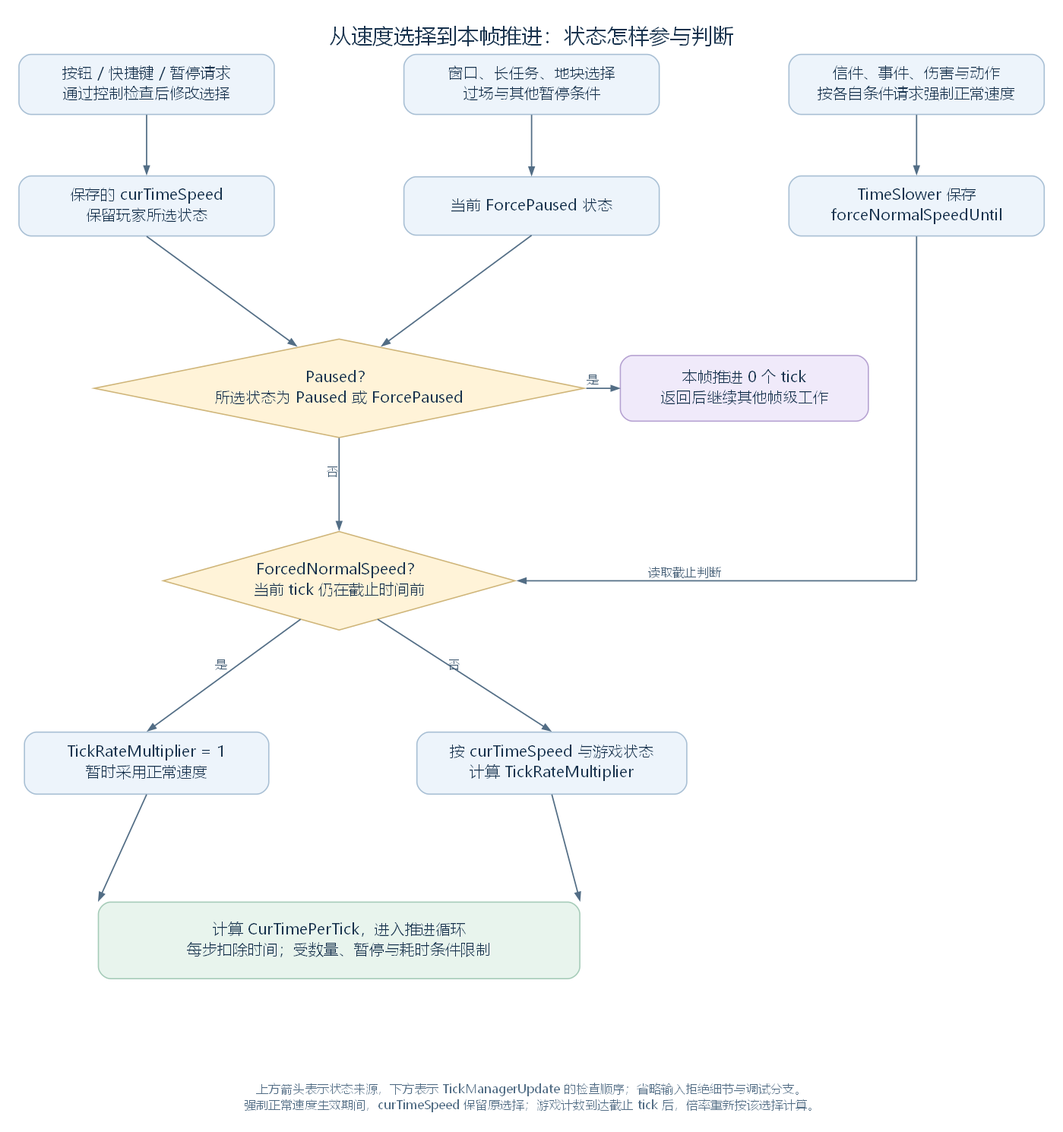
The Graphviz diagram docs/readable/figures/time-speed-control.png in Sil1cateS/rimworld-deconstruction, before a commit. Its source is kept beside it as docs/readable/figures/time-speed-control.dot.
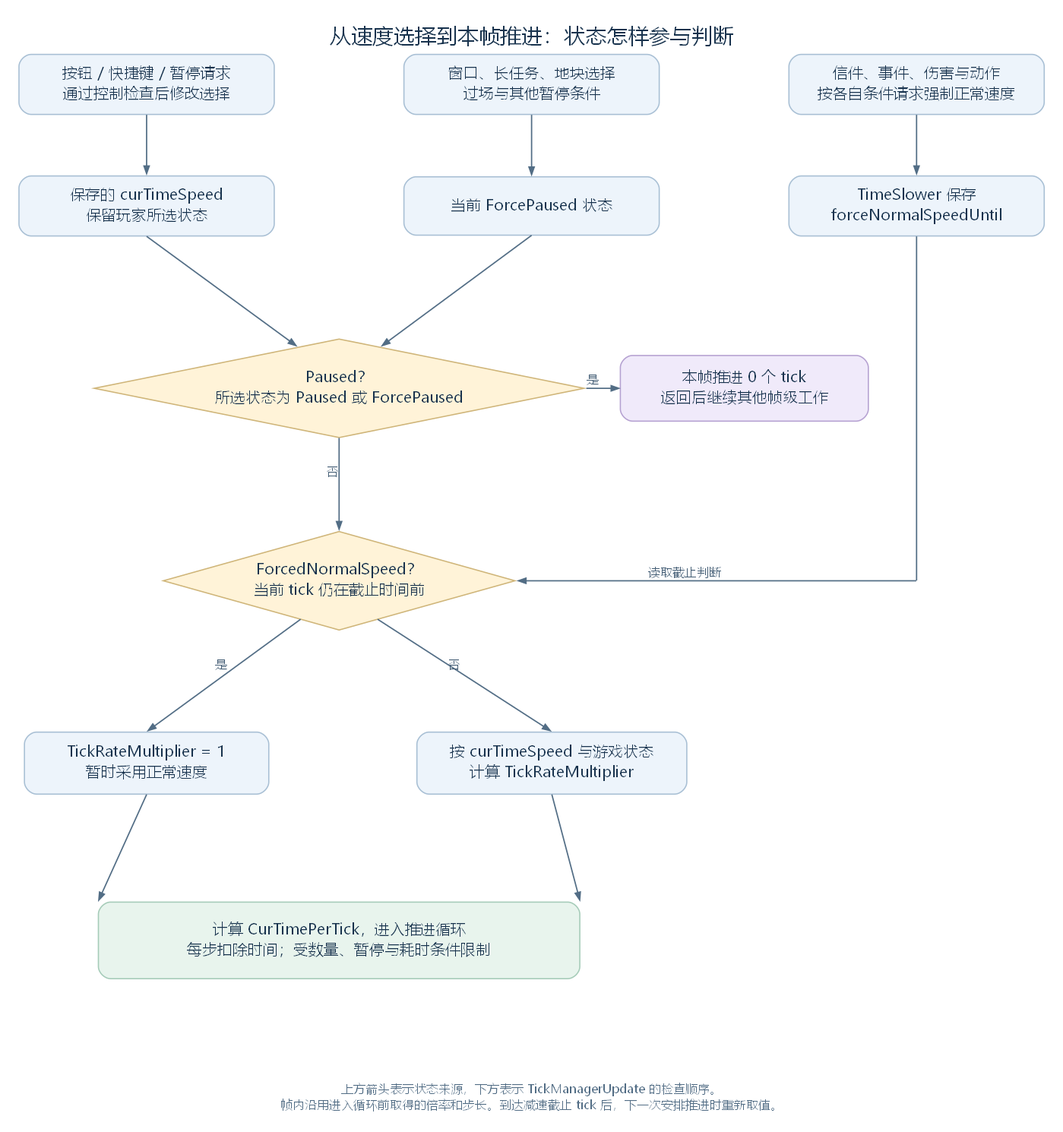
The same diagram one commit later.

The edit, as a diff of the source:
```diff
@@ -29,5 +29,5 @@
   normal:se -> chosen:n [label="否"];
   rate1:s -> loop:nw;
   chosen:s -> loop:ne;
-  legend [pos="570,70!", shape=plain, style="", fontsize=12, fontcolor="#526d85", label="上方箭头表示状态来源，下方表示 TickManagerUpdate 的检查顺序；省略输入拒绝细节与调试分支。\n强制正常速度生效期间，curTimeSpeed 保留原选择；游戏计数到达截止 tick 后，倍率重新按该选择计算。"];
+  legend [pos="570,70!", shape=plain, style="", fontsize=12, fontcolor="#526d85", label="上方箭头表示状态来源，下方表示 TickManagerUpdate 的检查顺序。\n帧内沿用进入循环前取得的倍率和步长。到达减速截止 tick 后，下一次安排推进时重新取值。"];
 }
```
